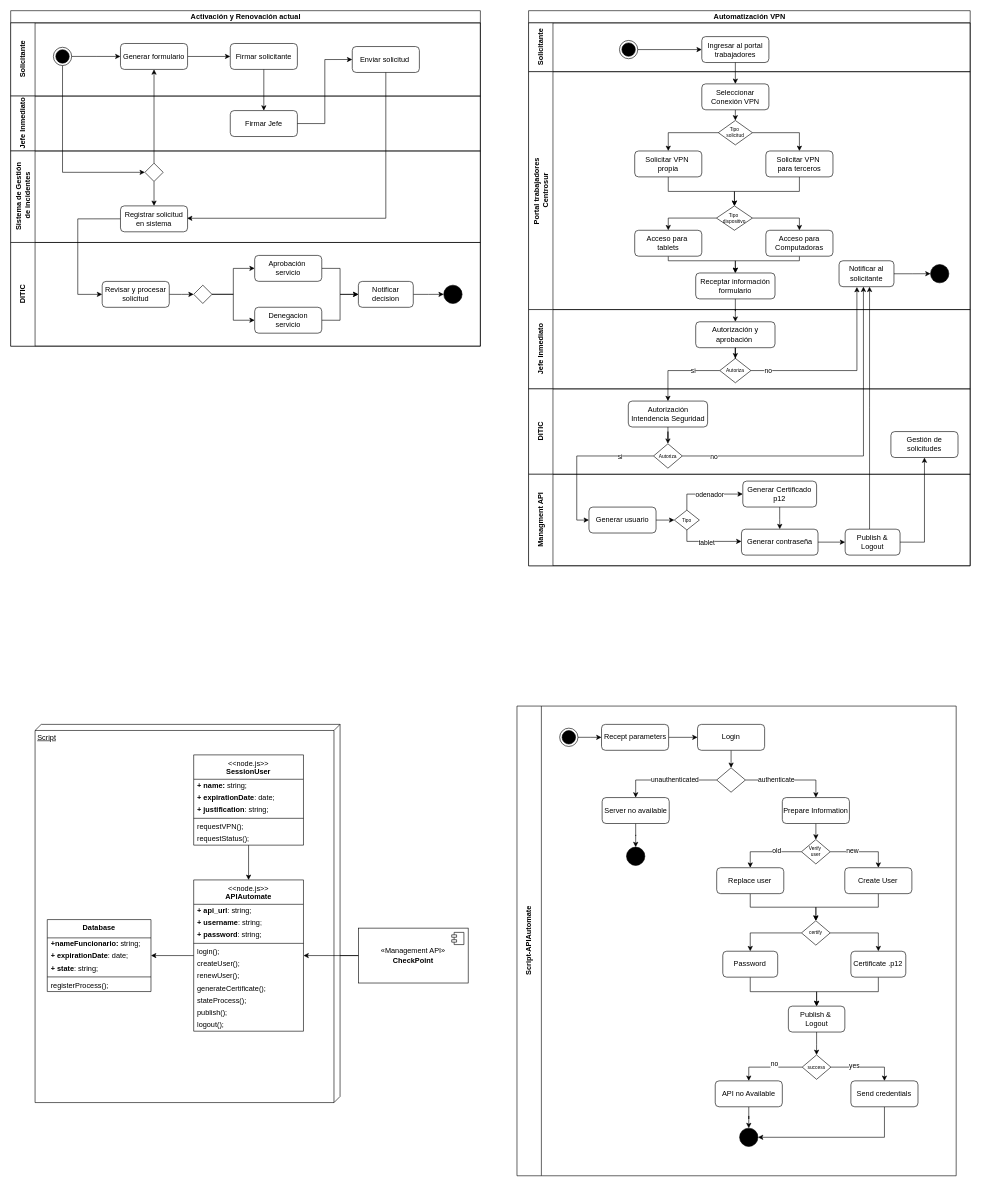
bboythian/centrosur-pasantia keeps this draw.io diagram as automatizacion-VPN.drawio. Above is the earlier version. Source tidied: cells renumbered, new cells numbered last; positions are measured from the earlier drawing's top-left corner, leaving out a move shared by most shapes. Both pictures are drawn from the tidied source at 61%, with x=0, y=0 at pixel (10, 10).
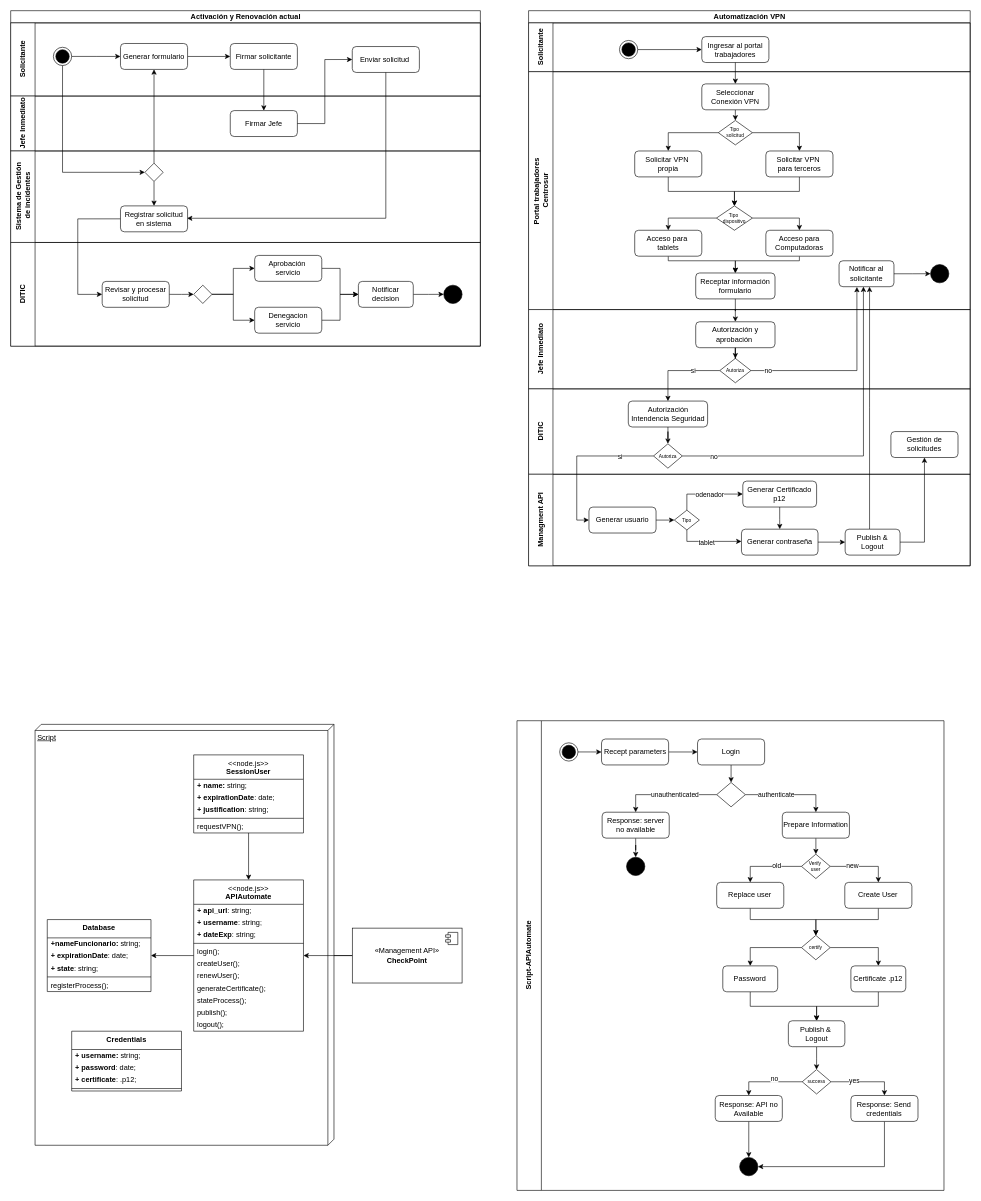
Above is the later version.

The change refers to these unchanged cells:
```xml
<mxCell id="101" value="&amp;lt;&amp;lt;node.js&amp;gt;&amp;gt;&lt;br&gt;&lt;span style=&quot;font-weight: 700; text-wrap: nowrap;&quot;&gt;APIAutomate&lt;/span&gt;" style="swimlane;fontStyle=0;align=center;verticalAlign=top;horizontal=1;startSize=40;html=1;whiteSpace=wrap;" parent="1" vertex="1">
  <mxGeometry x="300" y="1425" width="180" height="248" as="geometry" />
</mxCell>
<mxCell id="139" value="Replace user" style="rounded=1;whiteSpace=wrap;html=1;" parent="128" vertex="1">
  <mxGeometry x="327.4" y="265" width="110" height="42.5" as="geometry" />
</mxCell>
<mxCell id="141" value="Create User" style="rounded=1;whiteSpace=wrap;html=1;" parent="128" vertex="1">
  <mxGeometry x="537.4" y="265" width="110" height="42.5" as="geometry" />
</mxCell>
<mxCell id="160" value="certify" style="rhombus;fontSize=8;" parent="128" vertex="1">
  <mxGeometry x="466.4" y="351.9" width="47.1" height="40" as="geometry" />
</mxCell>
```

Change to the diagram source:
```diff
@@
     <mxCell id="97" value="«Management API»&lt;br&gt;&lt;b&gt;CheckPoint&lt;/b&gt;" style="html=1;whiteSpace=wrap;" parent="1" vertex="1">
-      <mxGeometry x="570" y="1504" width="180" height="90" as="geometry" />
+      <mxGeometry x="560" y="1504" width="180" height="90" as="geometry" />
     </mxCell>
@@
     <mxCell id="99" value="Script" style="verticalAlign=top;align=left;spacingTop=8;spacingLeft=2;spacingRight=12;shape=cube;size=10;direction=south;fontStyle=4;html=1;whiteSpace=wrap;" parent="1" vertex="1">
-      <mxGeometry x="40" y="1170" width="500" height="620" as="geometry" />
+      <mxGeometry x="40" y="1170" width="490" height="690" as="geometry" />
     </mxCell>
@@
-    <mxCell id="104" value="&lt;b&gt;+ password&lt;/b&gt;: string;" style="text;html=1;strokeColor=none;fillColor=none;align=left;verticalAlign=middle;spacingLeft=4;spacingRight=4;overflow=hidden;whiteSpace=wrap;" parent="101" vertex="1">
+    <mxCell id="104" value="&lt;b&gt;+ dateExp&lt;/b&gt;: string;" style="text;html=1;strokeColor=none;fillColor=none;align=left;verticalAlign=middle;spacingLeft=4;spacingRight=4;overflow=hidden;whiteSpace=wrap;" parent="101" vertex="1">
       <mxGeometry y="80" width="180" height="20" as="geometry" />
     </mxCell>
@@
     <mxCell id="113" value="&amp;lt;&amp;lt;node.js&amp;gt;&amp;gt;&lt;br&gt;&lt;b&gt;SessionUser&lt;/b&gt;" style="swimlane;fontStyle=0;align=center;verticalAlign=top;horizontal=1;startSize=40;html=1;whiteSpace=wrap;" parent="1" vertex="1">
-      <mxGeometry x="300" y="1220" width="180" height="148" as="geometry" />
+      <mxGeometry x="300" y="1220" width="180" height="128" as="geometry" />
     </mxCell>
@@
-    <mxCell id="119" value="requestStatus();" style="text;html=1;strokeColor=none;fillColor=none;align=left;verticalAlign=middle;spacingLeft=4;spacingRight=4;overflow=hidden;whiteSpace=wrap;" parent="113" vertex="1">
-      <mxGeometry y="128" width="180" height="20" as="geometry" />
-    </mxCell>
@@
     <mxCell id="128" value="Script-APIAutomate" style="swimlane;startSize=40;horizontal=0;html=1;" parent="1" vertex="1">
-      <mxGeometry x="830" y="1140" width="720" height="770" as="geometry" />
+      <mxGeometry x="830" y="1164" width="700" height="770" as="geometry" />
     </mxCell>
@@
-    <mxCell id="131" style="edgeStyle=orthogonalEdgeStyle;rounded=0;jettySize=auto;html=1;exitX=0.5;exitY=1;exitDx=0;exitDy=0;" parent="128" edge="1" source="132" target="165">
-      <mxGeometry relative="1" as="geometry">
-        <Array as="points">
-          <mxPoint x="602" y="706.9" />
-        </Array>
-      </mxGeometry>
+    <mxCell id="131" style="edgeStyle=orthogonalEdgeStyle;rounded=0;jettySize=auto;html=1;entryX=1;entryY=0.5;entryDx=0;entryDy=0;exitX=0.5;exitY=1;exitDx=0;exitDy=0;" parent="128" edge="1" source="132" target="165">
+      <mxGeometry relative="1" as="geometry" />
     </mxCell>
-    <mxCell id="132" value="Send credentials" style="rounded=1;whiteSpace=wrap;html=1;" parent="128" vertex="1">
+    <mxCell id="132" value="Response: Send credentials" style="rounded=1;whiteSpace=wrap;html=1;" parent="128" vertex="1">
       <mxGeometry x="547.4" y="614.4" width="110" height="42.5" as="geometry" />
     </mxCell>
@@
     <mxCell id="138" style="edgeStyle=orthogonalEdgeStyle;rounded=0;jettySize=auto;html=1;exitX=0.5;exitY=1;exitDx=0;exitDy=0;" parent="128" edge="1" source="139" target="160">
-      <mxGeometry relative="1" as="geometry" />
+      <mxGeometry relative="1" as="geometry">
+        <Array as="points">
+          <mxPoint x="382" y="326" />
+          <mxPoint x="490" y="326" />
+        </Array>
+      </mxGeometry>
     </mxCell>
@@
     <mxCell id="140" style="edgeStyle=orthogonalEdgeStyle;rounded=0;jettySize=auto;html=1;exitX=0.5;exitY=1;exitDx=0;exitDy=0;" parent="128" edge="1" source="141" target="160">
-      <mxGeometry relative="1" as="geometry" />
+      <mxGeometry relative="1" as="geometry">
+        <Array as="points">
+          <mxPoint x="592" y="326" />
+          <mxPoint x="490" y="326" />
+        </Array>
+      </mxGeometry>
     </mxCell>
@@
-    <mxCell id="152" value="Server no available" style="rounded=1;whiteSpace=wrap;html=1;" parent="128" vertex="1">
+    <mxCell id="152" value="Response: server no available" style="rounded=1;whiteSpace=wrap;html=1;" parent="128" vertex="1">
       <mxGeometry x="139.6" y="150" width="110" height="42.5" as="geometry" />
     </mxCell>
@@
     <mxCell id="155" style="ellipse;fillColor=strokeColor;html=1;" parent="128" vertex="1">
-      <mxGeometry x="179.6" y="231.2" width="30" height="30" as="geometry" />
+      <mxGeometry x="179.6" y="223.8" width="30" height="30" as="geometry" />
     </mxCell>
@@
     <mxCell id="165" style="ellipse;fillColor=strokeColor;html=1;" parent="128" vertex="1">
-      <mxGeometry x="365" y="691.9" width="30" height="30" as="geometry" />
+      <mxGeometry x="365" y="716" width="30" height="30" as="geometry" />
     </mxCell>
@@
-    <mxCell id="171" style="edgeStyle=orthogonalEdgeStyle;rounded=0;jettySize=auto;html=1;" parent="128" edge="1" source="172" target="165">
+    <mxCell id="171" style="edgeStyle=orthogonalEdgeStyle;rounded=0;jettySize=auto;html=1;exitX=0.5;exitY=1;exitDx=0;exitDy=0;" parent="128" edge="1" source="172" target="165">
       <mxGeometry relative="1" as="geometry" />
     </mxCell>
-    <mxCell id="172" value="API no Available" style="rounded=1;whiteSpace=wrap;html=1;" parent="128" vertex="1">
+    <mxCell id="172" value="Response: API no Available" style="rounded=1;whiteSpace=wrap;html=1;" parent="128" vertex="1">
       <mxGeometry x="325" y="614.4" width="110" height="42.5" as="geometry" />
     </mxCell>
+    <mxCell id="173" value="&lt;b&gt;Credentials&lt;/b&gt;" style="swimlane;fontStyle=0;align=center;verticalAlign=top;horizontal=1;startSize=30;html=1;whiteSpace=wrap;" parent="1" vertex="1">
+      <mxGeometry x="100" y="1673" width="180" height="98" as="geometry" />
+    </mxCell>
+    <mxCell id="174" value="&lt;b&gt;+ username: &lt;/b&gt;string;" style="text;html=1;strokeColor=none;fillColor=none;align=left;verticalAlign=middle;spacingLeft=4;spacingRight=4;overflow=hidden;whiteSpace=wrap;" parent="173" vertex="1">
+      <mxGeometry y="30" width="180" height="20" as="geometry" />
+    </mxCell>
+    <mxCell id="175" value="&lt;b&gt;+ password&lt;/b&gt;: date;" style="text;html=1;strokeColor=none;fillColor=none;align=left;verticalAlign=middle;spacingLeft=4;spacingRight=4;overflow=hidden;whiteSpace=wrap;" parent="173" vertex="1">
+      <mxGeometry y="50" width="180" height="20" as="geometry" />
+    </mxCell>
+    <mxCell id="176" value="&lt;b&gt;+ certificate&lt;/b&gt;: .p12;" style="text;html=1;strokeColor=none;fillColor=none;align=left;verticalAlign=middle;spacingLeft=4;spacingRight=4;overflow=hidden;whiteSpace=wrap;" parent="173" vertex="1">
+      <mxGeometry y="70" width="180" height="20" as="geometry" />
+    </mxCell>
+    <mxCell id="177" style="line;strokeWidth=1;fillColor=none;align=left;verticalAlign=middle;spacingTop=-1;spacingLeft=3;spacingRight=3;labelPosition=right;" parent="173" vertex="1">
+      <mxGeometry y="90" width="180" height="8" as="geometry" />
+    </mxCell>
```
